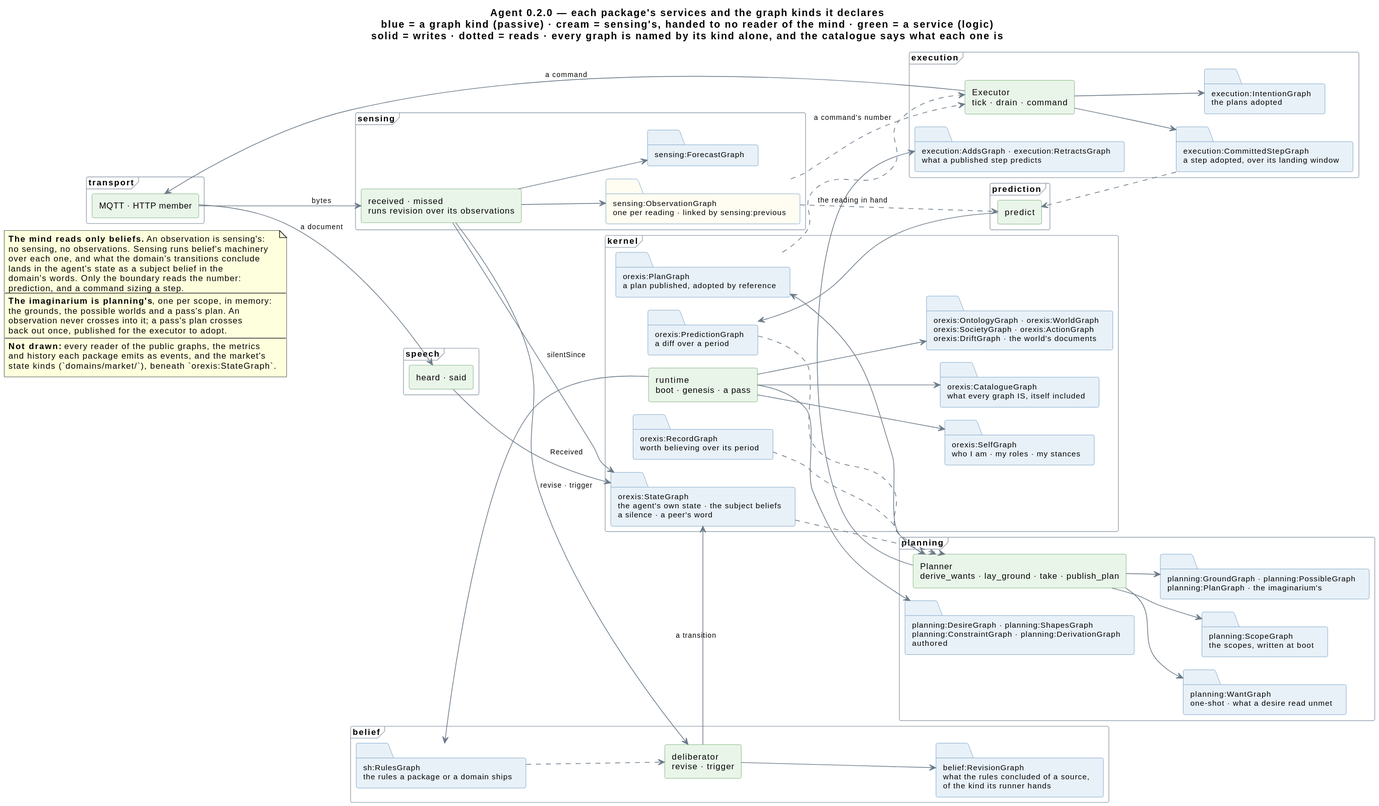
Above: knowledge/diagrams/agent-structure.svg in ShishkinDmitriy/orexis (PlantUML), before the change.
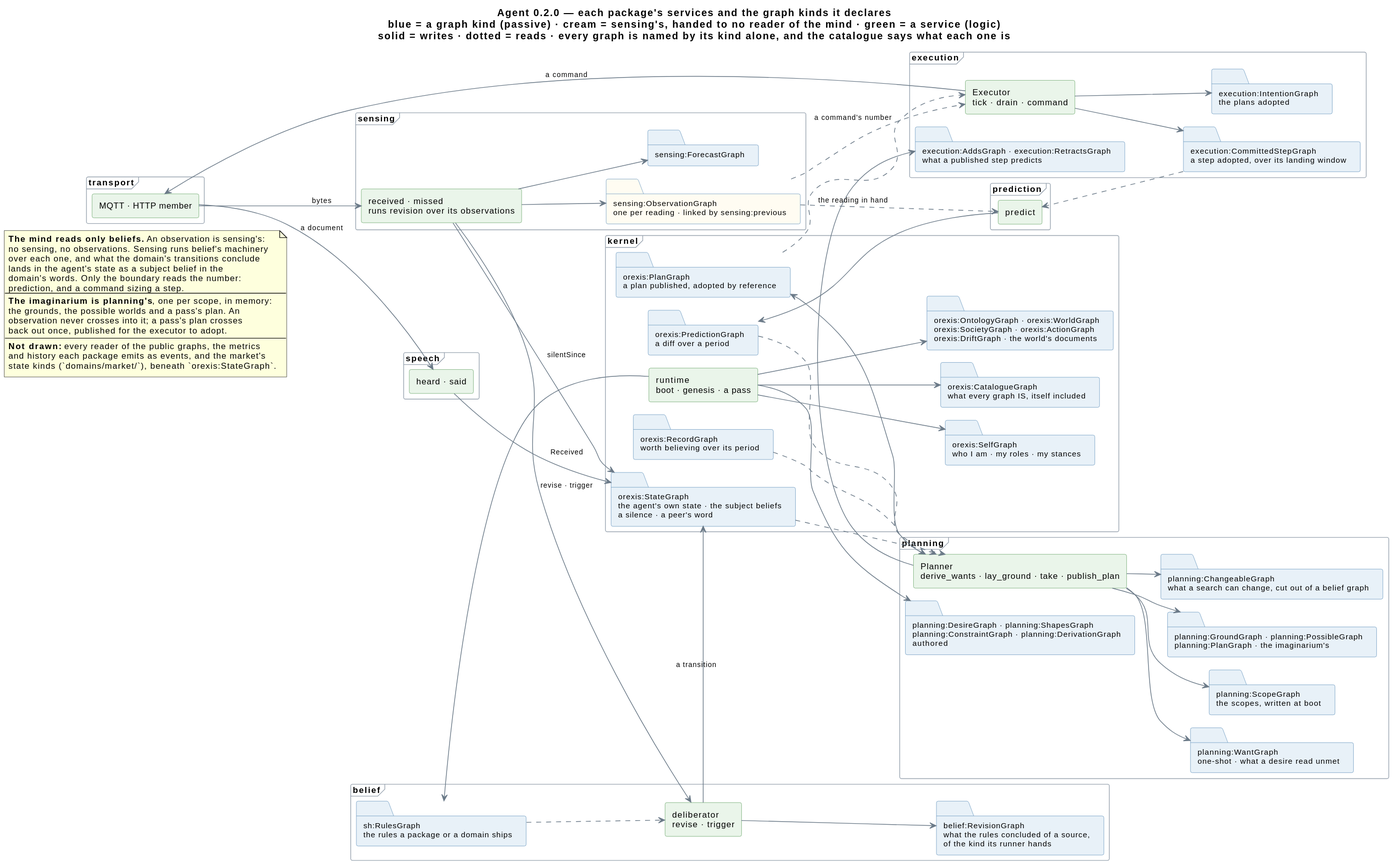
Later version of the same file.

Diff of the diagram source:
```diff
@@ -64,6 +64,7 @@
   folder "planning:WantGraph\none-shot · what a desire read unmet" as want
   folder "planning:ScopeGraph\nthe scopes, written at boot" as scope
   folder "planning:GroundGraph · planning:PossibleGraph\nplanning:PlanGraph · the imaginarium's" as img
+  folder "planning:ChangeableGraph\nwhat a search can change, cut out of a belief graph" as cut
 }
 
 frame "execution" {
@@ -92,6 +93,7 @@
 PL  --> scope
 PL  --> want
 PL  --> img
+PL  --> cut
 PL  --> plan
 PL  --> diff
 EX  --> int
```
